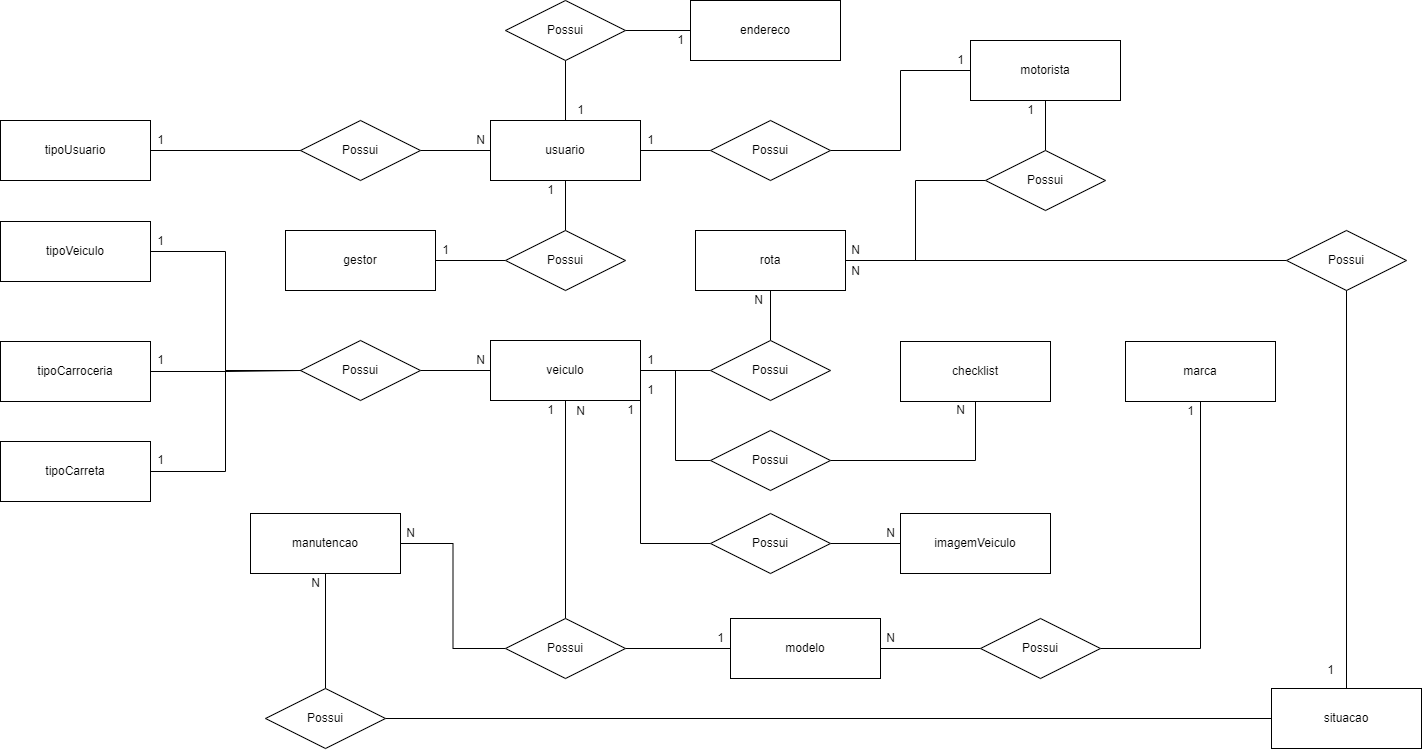
Above: Banco de dados/Modelagens/Loggex-modelo-conceitual.png in Loggex/Backend-Loggex (draw.io), before the change. Source tidied: cells renumbered, new cells last; positions are measured from the earlier drawing's top-left corner, leaving out a move shared by most shapes.
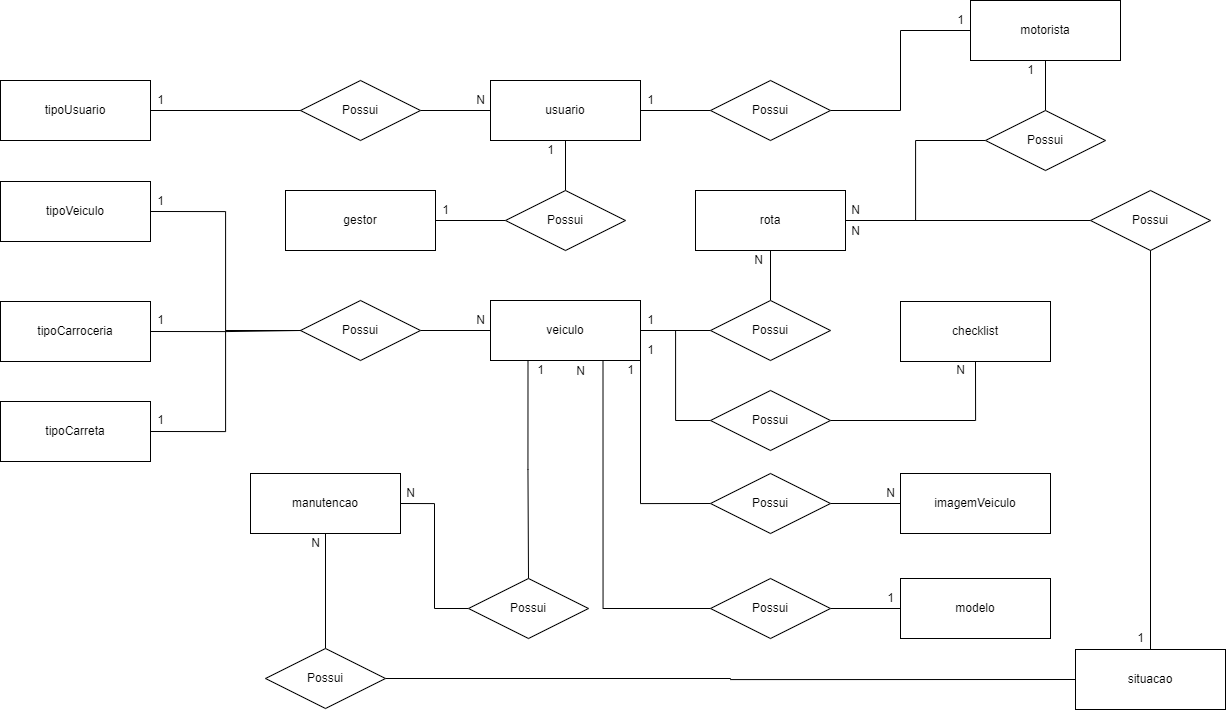
The same diagram one commit later.

Commit message:
Corriginodo diagramas

What changed in the source:
```diff
@@ -5,7 +5,7 @@
     <mxCell id="2" style="edgeStyle=orthogonalEdgeStyle;rounded=0;jettySize=auto;html=1;exitX=1;exitY=0.5;exitDx=0;exitDy=0;entryX=0;entryY=0.5;entryDx=0;entryDy=0;endArrow=none;endFill=0;" parent="1" edge="1" source="6" target="38">
       <mxGeometry relative="1" as="geometry" />
     </mxCell>
-    <mxCell id="3" style="edgeStyle=orthogonalEdgeStyle;rounded=0;jettySize=auto;html=1;exitX=0.5;exitY=1;exitDx=0;exitDy=0;entryX=0.5;entryY=0;entryDx=0;entryDy=0;endArrow=none;endFill=0;" parent="1" edge="1" source="6" target="48">
+    <mxCell id="3" style="edgeStyle=orthogonalEdgeStyle;rounded=0;jettySize=auto;html=1;exitX=0.25;exitY=1;exitDx=0;exitDy=0;entryX=0.5;entryY=0;entryDx=0;entryDy=0;endArrow=none;endFill=0;" parent="1" edge="1" source="6" target="48">
       <mxGeometry relative="1" as="geometry" />
     </mxCell>
     <mxCell id="4" style="edgeStyle=orthogonalEdgeStyle;rounded=0;jumpStyle=gap;jumpSize=12;jettySize=auto;html=1;exitX=1;exitY=1;exitDx=0;exitDy=0;entryX=0;entryY=0.5;entryDx=0;entryDy=0;endArrow=none;endFill=0;" parent="1" edge="1" source="6" target="72">
@@ -14,6 +14,9 @@
     <mxCell id="5" style="edgeStyle=orthogonalEdgeStyle;rounded=0;jumpStyle=gap;jumpSize=11;jettySize=auto;html=1;exitX=1;exitY=0.5;exitDx=0;exitDy=0;entryX=0;entryY=0.5;entryDx=0;entryDy=0;endArrow=none;endFill=0;" parent="1" edge="1" source="6" target="81">
       <mxGeometry relative="1" as="geometry" />
     </mxCell>
+    <mxCell id="89" style="edgeStyle=orthogonalEdgeStyle;rounded=0;jettySize=auto;html=1;exitX=0.75;exitY=1;exitDx=0;exitDy=0;entryX=0;entryY=0.5;entryDx=0;entryDy=0;endArrow=none;endFill=0;" parent="1" edge="1" source="6" target="91">
+      <mxGeometry relative="1" as="geometry" />
+    </mxCell>
     <mxCell id="6" value="veiculo" style="whiteSpace=wrap;html=1;align=center;" parent="1" vertex="1">
       <mxGeometry x="490" y="340" width="150" height="60" as="geometry" />
     </mxCell>
@@ -35,9 +38,6 @@
     <mxCell id="12" style="edgeStyle=orthogonalEdgeStyle;rounded=0;jettySize=auto;html=1;exitX=1;exitY=0.5;exitDx=0;exitDy=0;entryX=0;entryY=0.5;entryDx=0;entryDy=0;endArrow=none;endFill=0;" parent="1" edge="1" source="14" target="31">
       <mxGeometry relative="1" as="geometry" />
     </mxCell>
-    <mxCell id="13" style="edgeStyle=orthogonalEdgeStyle;rounded=0;jumpStyle=gap;jumpSize=11;jettySize=auto;html=1;exitX=0.5;exitY=0;exitDx=0;exitDy=0;entryX=0.5;entryY=1;entryDx=0;entryDy=0;endArrow=none;endFill=0;" parent="1" edge="1" source="14" target="77">
-      <mxGeometry relative="1" as="geometry" />
-    </mxCell>
     <mxCell id="14" value="usuario" style="whiteSpace=wrap;html=1;align=center;" parent="1" vertex="1">
       <mxGeometry x="490" y="120" width="150" height="60" as="geometry" />
     </mxCell>
@@ -137,14 +137,11 @@
     <mxCell id="46" value="N" style="text;html=1;align=center;verticalAlign=middle;strokeColor=none;fillColor=none;" parent="1" vertex="1">
       <mxGeometry x="470" y="350" width="20" height="20" as="geometry" />
     </mxCell>
-    <mxCell id="47" style="edgeStyle=orthogonalEdgeStyle;rounded=0;jettySize=auto;html=1;exitX=1;exitY=0.5;exitDx=0;exitDy=0;entryX=0;entryY=0.5;entryDx=0;entryDy=0;endArrow=none;endFill=0;" parent="1" edge="1" source="48" target="63">
-      <mxGeometry relative="1" as="geometry" />
-    </mxCell>
     <mxCell id="48" value="Possui" style="shape=rhombus;perimeter=rhombusPerimeter;whiteSpace=wrap;html=1;align=center;" parent="1" vertex="1">
-      <mxGeometry x="505" y="618" width="120" height="60" as="geometry" />
+      <mxGeometry x="468" y="618" width="120" height="60" as="geometry" />
     </mxCell>
     <mxCell id="49" value="1" style="text;html=1;align=center;verticalAlign=middle;strokeColor=none;fillColor=none;" parent="1" vertex="1">
-      <mxGeometry x="540" y="400" width="20" height="20" as="geometry" />
+      <mxGeometry x="530" y="400" width="20" height="20" as="geometry" />
     </mxCell>
     <mxCell id="50" value="N" style="text;html=1;align=center;verticalAlign=middle;strokeColor=none;fillColor=none;" parent="1" vertex="1">
       <mxGeometry x="400" y="523" width="20" height="20" as="geometry" />
@@ -167,9 +164,6 @@
     <mxCell id="56" value="1" style="text;html=1;align=center;verticalAlign=middle;strokeColor=none;fillColor=none;" parent="1" vertex="1">
       <mxGeometry x="150" y="450" width="20" height="20" as="geometry" />
     </mxCell>
-    <mxCell id="57" value="endereco" style="whiteSpace=wrap;html=1;align=center;" parent="1" vertex="1">
-      <mxGeometry x="690" width="150" height="60" as="geometry" />
-    </mxCell>
     <mxCell id="58" style="edgeStyle=orthogonalEdgeStyle;rounded=0;jumpStyle=gap;jumpSize=11;jettySize=auto;html=1;exitX=1;exitY=0.5;exitDx=0;exitDy=0;entryX=0;entryY=0.5;entryDx=0;entryDy=0;endArrow=none;endFill=0;" parent="1" edge="1" source="59" target="60">
       <mxGeometry relative="1" as="geometry" />
     </mxCell>
@@ -177,38 +171,20 @@
       <mxGeometry x="265" y="688" width="120" height="60" as="geometry" />
     </mxCell>
     <mxCell id="60" value="situacao" style="whiteSpace=wrap;html=1;align=center;" parent="1" vertex="1">
-      <mxGeometry x="1271" y="688" width="150" height="60" as="geometry" />
+      <mxGeometry x="1075" y="689" width="150" height="60" as="geometry" />
     </mxCell>
     <mxCell id="61" value="N" style="text;html=1;align=center;verticalAlign=middle;strokeColor=none;fillColor=none;" parent="1" vertex="1">
       <mxGeometry x="305" y="573" width="20" height="20" as="geometry" />
     </mxCell>
-    <mxCell id="62" style="edgeStyle=orthogonalEdgeStyle;rounded=0;jettySize=auto;html=1;exitX=1;exitY=0.5;exitDx=0;exitDy=0;entryX=0;entryY=0.5;entryDx=0;entryDy=0;endArrow=none;endFill=0;" parent="1" edge="1" source="63" target="65">
-      <mxGeometry relative="1" as="geometry" />
-    </mxCell>
     <mxCell id="63" value="modelo" style="whiteSpace=wrap;html=1;align=center;" parent="1" vertex="1">
-      <mxGeometry x="730" y="618" width="150" height="60" as="geometry" />
+      <mxGeometry x="900" y="618" width="150" height="60" as="geometry" />
     </mxCell>
-    <mxCell id="64" style="edgeStyle=orthogonalEdgeStyle;rounded=0;jettySize=auto;html=1;exitX=1;exitY=0.5;exitDx=0;exitDy=0;entryX=0.5;entryY=1;entryDx=0;entryDy=0;endArrow=none;endFill=0;" parent="1" edge="1" source="65" target="66">
-      <mxGeometry relative="1" as="geometry" />
-    </mxCell>
-    <mxCell id="65" value="Possui" style="shape=rhombus;perimeter=rhombusPerimeter;whiteSpace=wrap;html=1;align=center;" parent="1" vertex="1">
-      <mxGeometry x="980" y="618" width="120" height="60" as="geometry" />
-    </mxCell>
-    <mxCell id="66" value="marca" style="whiteSpace=wrap;html=1;align=center;" parent="1" vertex="1">
-      <mxGeometry x="1125" y="341" width="150" height="60" as="geometry" />
-    </mxCell>
     <mxCell id="67" value="N" style="text;html=1;align=center;verticalAlign=middle;strokeColor=none;fillColor=none;" parent="1" vertex="1">
       <mxGeometry x="570" y="401" width="20" height="20" as="geometry" />
     </mxCell>
     <mxCell id="68" value="1" style="text;html=1;align=center;verticalAlign=middle;strokeColor=none;fillColor=none;" parent="1" vertex="1">
-      <mxGeometry x="710" y="628" width="20" height="20" as="geometry" />
+      <mxGeometry x="880" y="628" width="20" height="20" as="geometry" />
     </mxCell>
-    <mxCell id="69" value="N" style="text;html=1;align=center;verticalAlign=middle;strokeColor=none;fillColor=none;" parent="1" vertex="1">
-      <mxGeometry x="880" y="628" width="20" height="20" as="geometry" />
-    </mxCell>
-    <mxCell id="70" value="1" style="text;html=1;align=center;verticalAlign=middle;strokeColor=none;fillColor=none;" parent="1" vertex="1">
-      <mxGeometry x="1180" y="401" width="20" height="20" as="geometry" />
-    </mxCell>
     <mxCell id="71" style="edgeStyle=orthogonalEdgeStyle;rounded=0;jumpStyle=gap;jumpSize=12;jettySize=auto;html=1;exitX=1;exitY=0.5;exitDx=0;exitDy=0;entryX=0;entryY=0.5;entryDx=0;entryDy=0;endArrow=none;endFill=0;" parent="1" edge="1" source="72" target="73">
       <mxGeometry relative="1" as="geometry" />
     </mxCell>
@@ -224,18 +200,6 @@
     <mxCell id="75" value="1" style="text;html=1;align=center;verticalAlign=middle;strokeColor=none;fillColor=none;" parent="1" vertex="1">
       <mxGeometry x="640" y="380" width="20" height="20" as="geometry" />
     </mxCell>
-    <mxCell id="76" style="edgeStyle=orthogonalEdgeStyle;rounded=0;jumpStyle=gap;jumpSize=11;jettySize=auto;html=1;exitX=1;exitY=0.5;exitDx=0;exitDy=0;entryX=0;entryY=0.5;entryDx=0;entryDy=0;endArrow=none;endFill=0;" parent="1" edge="1" source="77" target="57">
-      <mxGeometry relative="1" as="geometry" />
-    </mxCell>
-    <mxCell id="77" value="Possui" style="shape=rhombus;perimeter=rhombusPerimeter;whiteSpace=wrap;html=1;align=center;" parent="1" vertex="1">
-      <mxGeometry x="505" width="120" height="60" as="geometry" />
-    </mxCell>
-    <mxCell id="78" value="1" style="text;html=1;align=center;verticalAlign=middle;strokeColor=none;fillColor=none;" parent="1" vertex="1">
-      <mxGeometry x="570" y="100" width="20" height="20" as="geometry" />
-    </mxCell>
-    <mxCell id="79" value="1" style="text;html=1;align=center;verticalAlign=middle;strokeColor=none;fillColor=none;" parent="1" vertex="1">
-      <mxGeometry x="670" y="30" width="20" height="20" as="geometry" />
-    </mxCell>
     <mxCell id="80" style="edgeStyle=orthogonalEdgeStyle;rounded=0;jumpStyle=gap;jumpSize=11;jettySize=auto;html=1;exitX=1;exitY=0.5;exitDx=0;exitDy=0;entryX=0.5;entryY=1;entryDx=0;entryDy=0;endArrow=none;endFill=0;" parent="1" edge="1" source="81" target="82">
       <mxGeometry relative="1" as="geometry" />
     </mxCell>
@@ -255,13 +219,19 @@
       <mxGeometry relative="1" as="geometry" />
     </mxCell>
     <mxCell id="86" value="Possui" style="shape=rhombus;perimeter=rhombusPerimeter;whiteSpace=wrap;html=1;align=center;" parent="1" vertex="1">
-      <mxGeometry x="1286" y="230" width="120" height="60" as="geometry" />
+      <mxGeometry x="1090" y="230" width="120" height="60" as="geometry" />
     </mxCell>
     <mxCell id="87" value="N" style="text;html=1;align=center;verticalAlign=middle;strokeColor=none;fillColor=none;" parent="1" vertex="1">
       <mxGeometry x="845" y="261" width="20" height="20" as="geometry" />
     </mxCell>
     <mxCell id="88" value="1" style="text;html=1;align=center;verticalAlign=middle;strokeColor=none;fillColor=none;" parent="1" vertex="1">
-      <mxGeometry x="1320" y="660" width="20" height="20" as="geometry" />
+      <mxGeometry x="1130" y="668" width="20" height="20" as="geometry" />
     </mxCell>
+    <mxCell id="90" style="edgeStyle=orthogonalEdgeStyle;rounded=0;jettySize=auto;html=1;exitX=1;exitY=0.5;exitDx=0;exitDy=0;entryX=0;entryY=0.5;entryDx=0;entryDy=0;endArrow=none;endFill=0;" parent="1" edge="1" source="91" target="63">
+      <mxGeometry relative="1" as="geometry" />
+    </mxCell>
+    <mxCell id="91" value="Possui" style="shape=rhombus;perimeter=rhombusPerimeter;whiteSpace=wrap;html=1;align=center;" parent="1" vertex="1">
+      <mxGeometry x="710" y="618" width="120" height="60" as="geometry" />
+    </mxCell>
   </root>
 </mxGraphModel>
```
